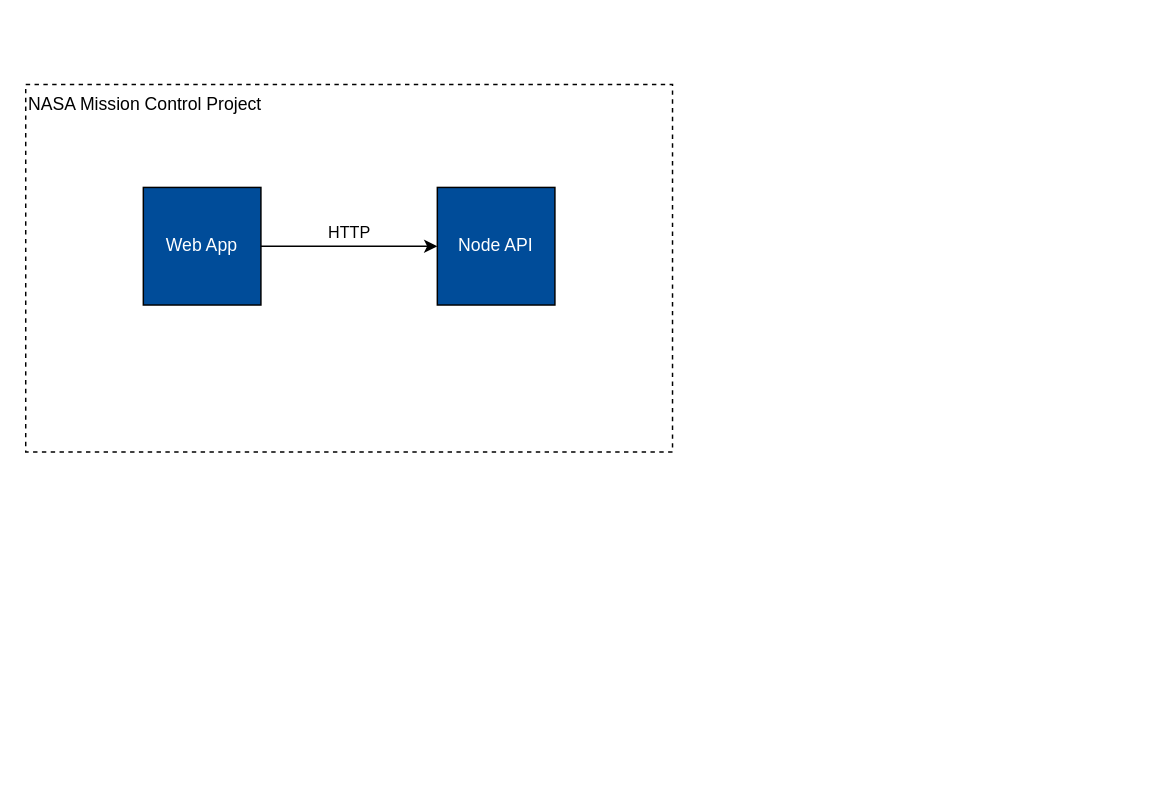
Earlier version of the draw.io diagram ZTM'z NASA Mission Control Architectural Diagram.drawio (Martin-Alvarado-A/ztm-nasa-project). Source tidied: cells renumbered, new cells numbered last; positions are measured from the earlier drawing's top-left corner, leaving out a move shared by most shapes. Both pictures are drawn from the tidied source at 147%, with x=0, y=0 at pixel (25, 84).
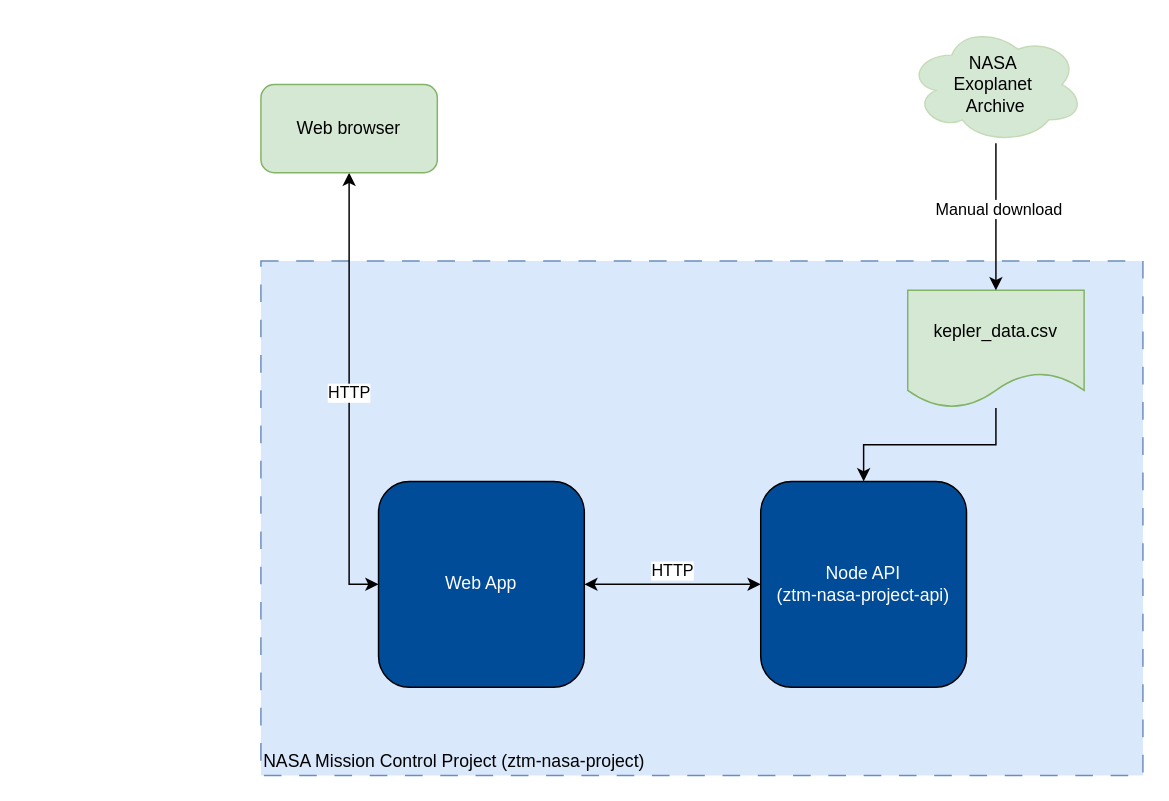
Above is the later version.

Commit message (it also covers changes not shown here):
[9-129]: Updating Our Architecture Diagram

The edit, as a diff of the source:
```diff
@@
 <mxGraphModel>
   <root>
     <mxCell id="0" />
     <mxCell id="1" parent="0" />
-    <mxCell id="2" value="&lt;div&gt;NASA Mission Control Project&lt;/div&gt;" style="rounded=0;whiteSpace=wrap;html=1;fillStyle=auto;dashed=1;align=left;verticalAlign=top;" parent="1" vertex="1">
-      <mxGeometry width="440" height="250" as="geometry" />
+    <mxCell id="2" value="&lt;div&gt;NASA Mission Control Project (ztm-nasa-project)&lt;br&gt;&lt;/div&gt;" style="rounded=0;whiteSpace=wrap;html=1;fillStyle=auto;dashed=1;align=left;verticalAlign=bottom;dashPattern=12 12;fillColor=#dae8fc;strokeColor=#6c8ebf;" parent="1" vertex="1">
+      <mxGeometry x="160" y="120" width="600" height="350" as="geometry" />
     </mxCell>
-    <mxCell id="3" value="&lt;div&gt;HTTP&lt;/div&gt;" style="edgeStyle=orthogonalEdgeStyle;rounded=0;jettySize=auto;html=1;entryX=0;entryY=0.5;entryDx=0;entryDy=0;verticalAlign=bottom;" parent="1" edge="1" source="4" target="5">
+    <mxCell id="3" value="&lt;div&gt;HTTP&lt;/div&gt;" style="edgeStyle=orthogonalEdgeStyle;rounded=0;jettySize=auto;html=1;entryX=0;entryY=0.5;entryDx=0;entryDy=0;verticalAlign=bottom;startArrow=classic;startFill=1;" parent="1" edge="1" source="4" target="5">
       <mxGeometry relative="1" as="geometry" />
     </mxCell>
-    <mxCell id="4" value="&lt;div&gt;Web App&lt;/div&gt;" style="whiteSpace=wrap;html=1;fillColor=#004C99;fontColor=#FFFFFF;" parent="1" vertex="1">
-      <mxGeometry x="80" y="70" width="80" height="80" as="geometry" />
+    <mxCell id="4" value="&lt;div&gt;Web App&lt;/div&gt;" style="whiteSpace=wrap;html=1;fillColor=#004C99;fontColor=#FFFFFF;rounded=1;" parent="1" vertex="1">
+      <mxGeometry x="240" y="270" width="140" height="140" as="geometry" />
     </mxCell>
-    <mxCell id="5" value="Node API" style="whiteSpace=wrap;html=1;fillColor=#004C99;fontColor=#FFFFFF;" parent="1" vertex="1">
-      <mxGeometry x="280" y="70" width="80" height="80" as="geometry" />
+    <mxCell id="5" value="&lt;div&gt;Node API&lt;/div&gt;&lt;div&gt;(ztm-nasa-project-api)&lt;br&gt;&lt;/div&gt;" style="whiteSpace=wrap;html=1;fillColor=#004C99;fontColor=#FFFFFF;rounded=1;" parent="1" vertex="1">
+      <mxGeometry x="500" y="270" width="140" height="140" as="geometry" />
     </mxCell>
+    <mxCell id="6" value="&lt;div&gt;HTTP&lt;/div&gt;" style="edgeStyle=orthogonalEdgeStyle;rounded=0;jettySize=auto;html=1;entryX=0;entryY=0.5;entryDx=0;entryDy=0;strokeColor=default;startArrow=classic;startFill=1;" parent="1" edge="1" source="7" target="4">
+      <mxGeometry relative="1" as="geometry" />
+    </mxCell>
+    <mxCell id="7" value="Web browser" style="rounded=1;whiteSpace=wrap;html=1;fillColor=#d5e8d4;strokeColor=#82b366;" parent="1" vertex="1">
+      <mxGeometry x="160" width="120" height="60" as="geometry" />
+    </mxCell>
+    <mxCell id="8" style="edgeStyle=orthogonalEdgeStyle;rounded=0;jettySize=auto;html=1;entryX=0.5;entryY=0;entryDx=0;entryDy=0;" parent="1" edge="1" source="9" target="5">
+      <mxGeometry relative="1" as="geometry" />
+    </mxCell>
+    <mxCell id="9" value="kepler_data.csv" style="shape=document;whiteSpace=wrap;html=1;boundedLbl=1;fillColor=#d5e8d4;strokeColor=#82b366;" parent="1" vertex="1">
+      <mxGeometry x="600" y="140" width="120" height="80" as="geometry" />
+    </mxCell>
+    <mxCell id="10" style="edgeStyle=orthogonalEdgeStyle;rounded=0;jettySize=auto;html=1;" parent="1" edge="1" source="12" target="9">
+      <mxGeometry relative="1" as="geometry" />
+    </mxCell>
+    <mxCell id="11" value="Manual download" style="edgeLabel;html=1;align=center;verticalAlign=middle;" parent="10" vertex="1">
+      <mxGeometry x="-0.13" y="1" relative="1" as="geometry" />
+    </mxCell>
+    <mxCell id="12" value="&lt;div&gt;NASA&amp;nbsp;&lt;/div&gt;&lt;div&gt;Exoplanet&amp;nbsp;&lt;/div&gt;&lt;div&gt;Archive&lt;/div&gt;" style="ellipse;shape=cloud;whiteSpace=wrap;html=1;fillColor=#d5e8d4;strokeColor=#c5dbb7;" parent="1" vertex="1">
+      <mxGeometry x="600" y="-40" width="120" height="80" as="geometry" />
+    </mxCell>
   </root>
 </mxGraphModel>
```
